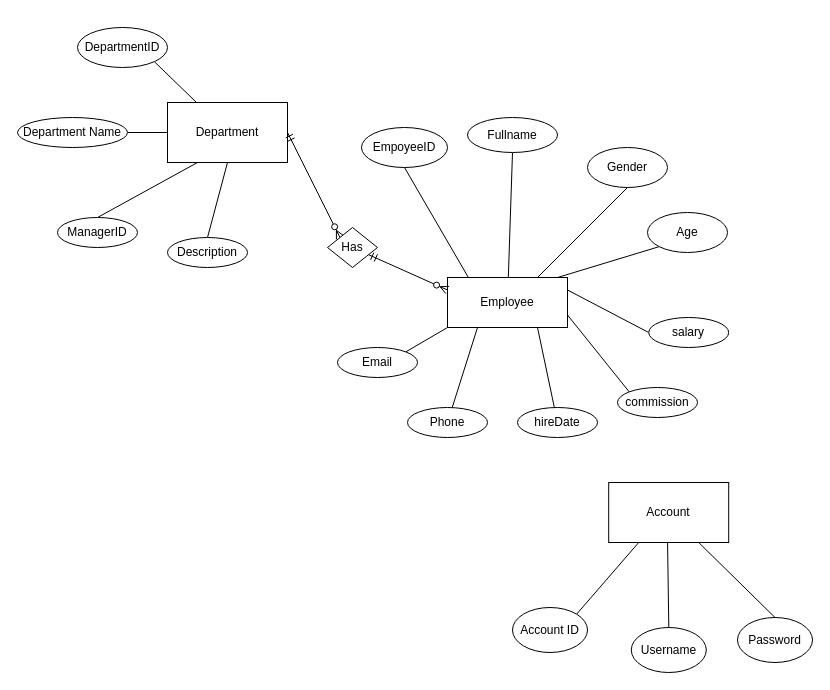
dodangtuan/baitestjava1 keeps this draw.io diagram as QLNS.drawio. Above is the earlier version. Source tidied: cells renumbered, new cells numbered last; positions are measured from the earlier drawing's top-left corner, leaving out a move shared by most shapes. Both pictures are drawn from the tidied source at 100%, with x=0, y=0 at pixel (17, 27).
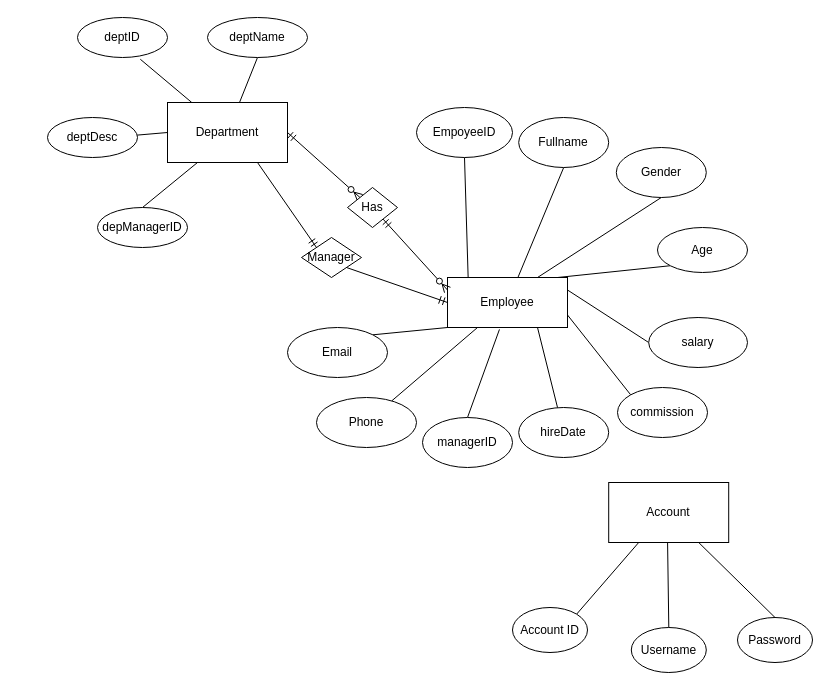
Above is the later version.

Unchanged cells that the change refers to:
```xml
<mxCell id="5" value="Employee " style="rounded=0;whiteSpace=wrap;html=1;" parent="1" vertex="1">
  <mxGeometry x="430" y="250" width="120" height="50" as="geometry" />
</mxCell>
<mxCell id="8" value="Department" style="rounded=0;whiteSpace=wrap;html=1;glass=0;" parent="1" vertex="1">
  <mxGeometry x="150" y="75" width="120" height="60" as="geometry" />
</mxCell>
```

What changed in the source:
```diff
@@
-    <mxCell id="7" style="rounded=0;jettySize=auto;html=1;exitX=0.5;exitY=1;exitDx=0;exitDy=0;entryX=0.5;entryY=0;entryDx=0;entryDy=0;endArrow=none;endFill=0;" parent="1" edge="1" source="8" target="24">
+    <mxCell id="7" style="rounded=0;jettySize=auto;html=1;exitX=0;exitY=0.5;exitDx=0;exitDy=0;endArrow=none;endFill=0;" parent="1" edge="1" source="8" target="24">
       <mxGeometry relative="1" as="geometry" />
     </mxCell>
+    <mxCell id="41" style="rounded=0;jettySize=auto;html=1;exitX=0.75;exitY=1;exitDx=0;exitDy=0;entryX=0;entryY=0;entryDx=0;entryDy=0;endArrow=ERmandOne;endFill=0;" parent="1" edge="1" source="8" target="43">
+      <mxGeometry relative="1" as="geometry" />
+    </mxCell>
@@
     <mxCell id="11" value="EmpoyeeID" style="ellipse;whiteSpace=wrap;html=1;" parent="1" vertex="1">
-      <mxGeometry x="344" y="100" width="86" height="40" as="geometry" />
+      <mxGeometry x="399" y="80" width="96" height="50" as="geometry" />
     </mxCell>
@@
     <mxCell id="13" value="Fullname" style="ellipse;whiteSpace=wrap;html=1;" parent="1" vertex="1">
-      <mxGeometry x="450" y="90" width="90" height="35" as="geometry" />
+      <mxGeometry x="501.2" y="90" width="90" height="50" as="geometry" />
     </mxCell>
@@
     <mxCell id="15" value="Gender" style="ellipse;whiteSpace=wrap;html=1;" parent="1" vertex="1">
-      <mxGeometry x="570" y="120" width="80" height="40" as="geometry" />
+      <mxGeometry x="598.8" y="120" width="90" height="50" as="geometry" />
     </mxCell>
     <mxCell id="16" value="Phone" style="ellipse;whiteSpace=wrap;html=1;" parent="1" vertex="1">
-      <mxGeometry x="390" y="380" width="80" height="30" as="geometry" />
+      <mxGeometry x="299" y="370" width="100" height="50" as="geometry" />
     </mxCell>
@@
     <mxCell id="18" value="commission" style="ellipse;whiteSpace=wrap;html=1;" parent="1" vertex="1">
-      <mxGeometry x="600" y="360" width="80" height="30" as="geometry" />
+      <mxGeometry x="600" y="360" width="90" height="50" as="geometry" />
     </mxCell>
-    <mxCell id="19" style="rounded=0;jettySize=auto;html=1;exitX=1;exitY=1;exitDx=0;exitDy=0;endArrow=none;endFill=0;" parent="1" edge="1" source="20" target="8">
+    <mxCell id="19" style="rounded=0;jettySize=auto;html=1;exitX=0.698;exitY=1.044;exitDx=0;exitDy=0;endArrow=none;endFill=0;exitPerimeter=0;" parent="1" edge="1" source="20" target="8">
       <mxGeometry relative="1" as="geometry" />
     </mxCell>
-    <mxCell id="20" value="DepartmentID" style="ellipse;whiteSpace=wrap;html=1;" parent="1" vertex="1">
-      <mxGeometry x="60" width="90" height="40" as="geometry" />
+    <mxCell id="20" value="deptID" style="ellipse;whiteSpace=wrap;html=1;" parent="1" vertex="1">
+      <mxGeometry x="60" y="-10" width="90" height="40" as="geometry" />
     </mxCell>
-    <mxCell id="21" style="rounded=0;jettySize=auto;html=1;exitX=1;exitY=0.5;exitDx=0;exitDy=0;entryX=0;entryY=0.5;entryDx=0;entryDy=0;endArrow=none;endFill=0;" parent="1" edge="1" source="22" target="8">
+    <mxCell id="21" style="rounded=0;jettySize=auto;html=1;exitX=0.5;exitY=1;exitDx=0;exitDy=0;endArrow=none;endFill=0;" parent="1" edge="1" source="22" target="8">
       <mxGeometry relative="1" as="geometry" />
     </mxCell>
-    <mxCell id="22" value="Department Name" style="ellipse;whiteSpace=wrap;html=1;" parent="1" vertex="1">
-      <mxGeometry y="90" width="110" height="30" as="geometry" />
+    <mxCell id="22" value="deptName" style="ellipse;whiteSpace=wrap;html=1;" parent="1" vertex="1">
+      <mxGeometry x="190" y="-10" width="100" height="40" as="geometry" />
     </mxCell>
-    <mxCell id="23" value="ManagerID" style="ellipse;whiteSpace=wrap;html=1;" parent="1" vertex="1">
-      <mxGeometry x="40" y="190" width="80" height="30" as="geometry" />
+    <mxCell id="23" value="depManagerID" style="ellipse;whiteSpace=wrap;html=1;" parent="1" vertex="1">
+      <mxGeometry x="80" y="180" width="90" height="40" as="geometry" />
     </mxCell>
-    <mxCell id="24" value="Description" style="ellipse;whiteSpace=wrap;html=1;" parent="1" vertex="1">
-      <mxGeometry x="150" y="210" width="80" height="30" as="geometry" />
+    <mxCell id="24" value="deptDesc" style="ellipse;whiteSpace=wrap;html=1;" parent="1" vertex="1">
+      <mxGeometry x="30" y="90" width="90" height="40" as="geometry" />
     </mxCell>
@@
     <mxCell id="26" value="Has" style="rhombus;whiteSpace=wrap;html=1;" parent="1" vertex="1">
-      <mxGeometry x="310" y="200" width="50" height="40" as="geometry" />
+      <mxGeometry x="330" y="160" width="50" height="40" as="geometry" />
     </mxCell>
@@
     <mxCell id="29" value="Email" style="ellipse;whiteSpace=wrap;html=1;" parent="1" vertex="1">
-      <mxGeometry x="320" y="320" width="80" height="30" as="geometry" />
+      <mxGeometry x="270" y="300" width="100" height="50" as="geometry" />
     </mxCell>
@@
     <mxCell id="38" value="Age" style="ellipse;whiteSpace=wrap;html=1;" parent="1" vertex="1">
-      <mxGeometry x="630" y="185" width="80" height="40" as="geometry" />
+      <mxGeometry x="640" y="200" width="90" height="45" as="geometry" />
     </mxCell>
     <mxCell id="39" value="hireDate" style="ellipse;whiteSpace=wrap;html=1;" parent="1" vertex="1">
-      <mxGeometry x="500" y="380" width="80" height="30" as="geometry" />
+      <mxGeometry x="501.2" y="380" width="90" height="50" as="geometry" />
     </mxCell>
     <mxCell id="40" value="salary" style="ellipse;whiteSpace=wrap;html=1;" parent="1" vertex="1">
-      <mxGeometry x="631.2" y="290" width="80" height="30" as="geometry" />
+      <mxGeometry x="631.2" y="290" width="98.8" height="50" as="geometry" />
     </mxCell>
+    <mxCell id="42" style="rounded=0;jettySize=auto;html=1;exitX=1;exitY=1;exitDx=0;exitDy=0;entryX=0;entryY=0.5;entryDx=0;entryDy=0;endArrow=ERmandOne;endFill=0;" parent="1" edge="1" source="43" target="5">
+      <mxGeometry relative="1" as="geometry" />
+    </mxCell>
+    <mxCell id="43" value="Manager" style="rhombus;whiteSpace=wrap;html=1;" parent="1" vertex="1">
+      <mxGeometry x="284" y="210" width="60" height="40" as="geometry" />
+    </mxCell>
+    <mxCell id="44" style="rounded=0;jettySize=auto;html=1;exitX=0.5;exitY=0;exitDx=0;exitDy=0;entryX=0.433;entryY=1.038;entryDx=0;entryDy=0;entryPerimeter=0;endArrow=none;endFill=0;" parent="1" edge="1" source="45" target="5">
+      <mxGeometry relative="1" as="geometry" />
+    </mxCell>
+    <mxCell id="45" value="managerID" style="ellipse;whiteSpace=wrap;html=1;" parent="1" vertex="1">
+      <mxGeometry x="405" y="390" width="90" height="50" as="geometry" />
+    </mxCell>
```
